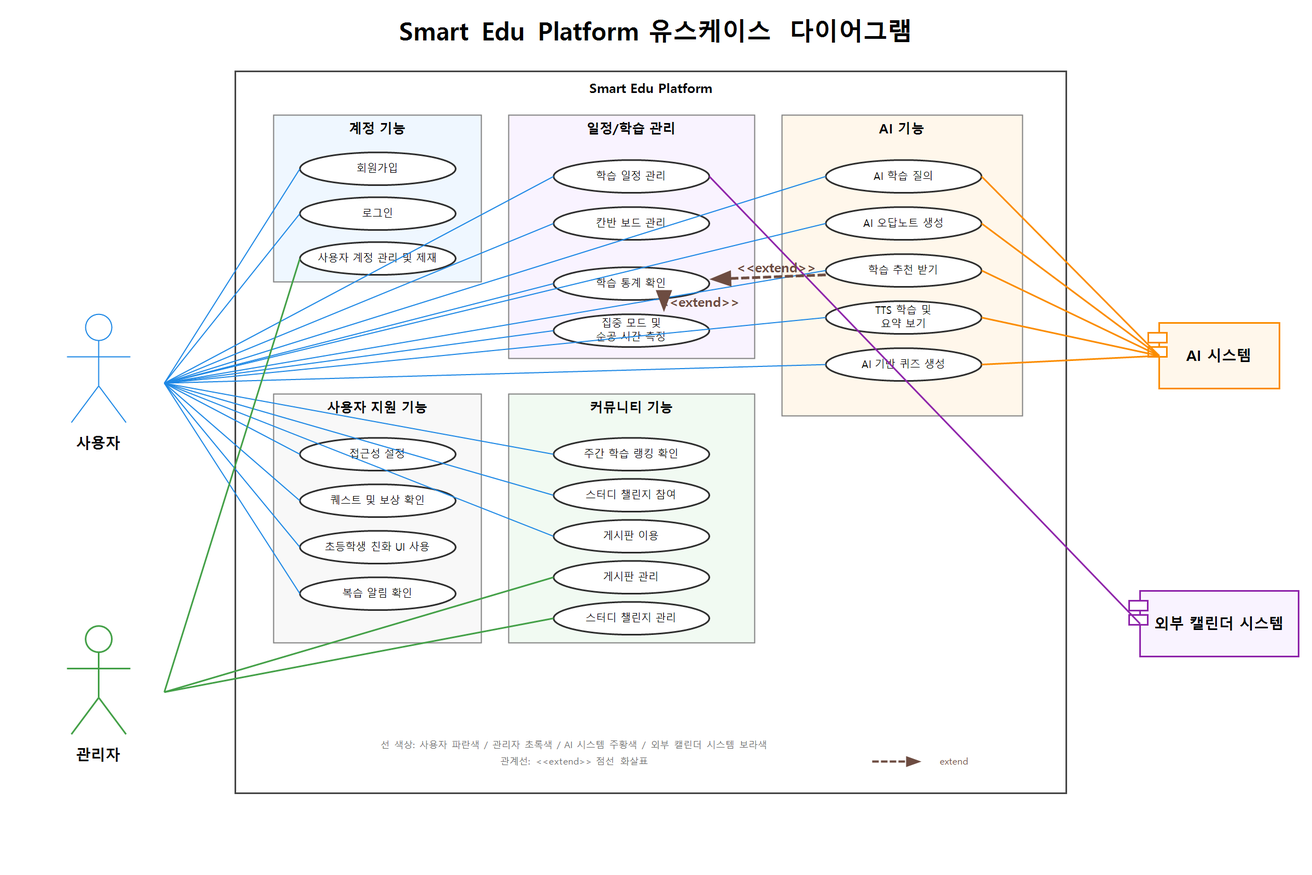
Before: screenshots/usecase-diagram.png, a diagram exported from PlantUML (jeongiryang/SoftwareEngineering_team15_project_-Smart-Edu-Platform). Its source is kept beside it as docs/requirements/usecase-diagram.puml.
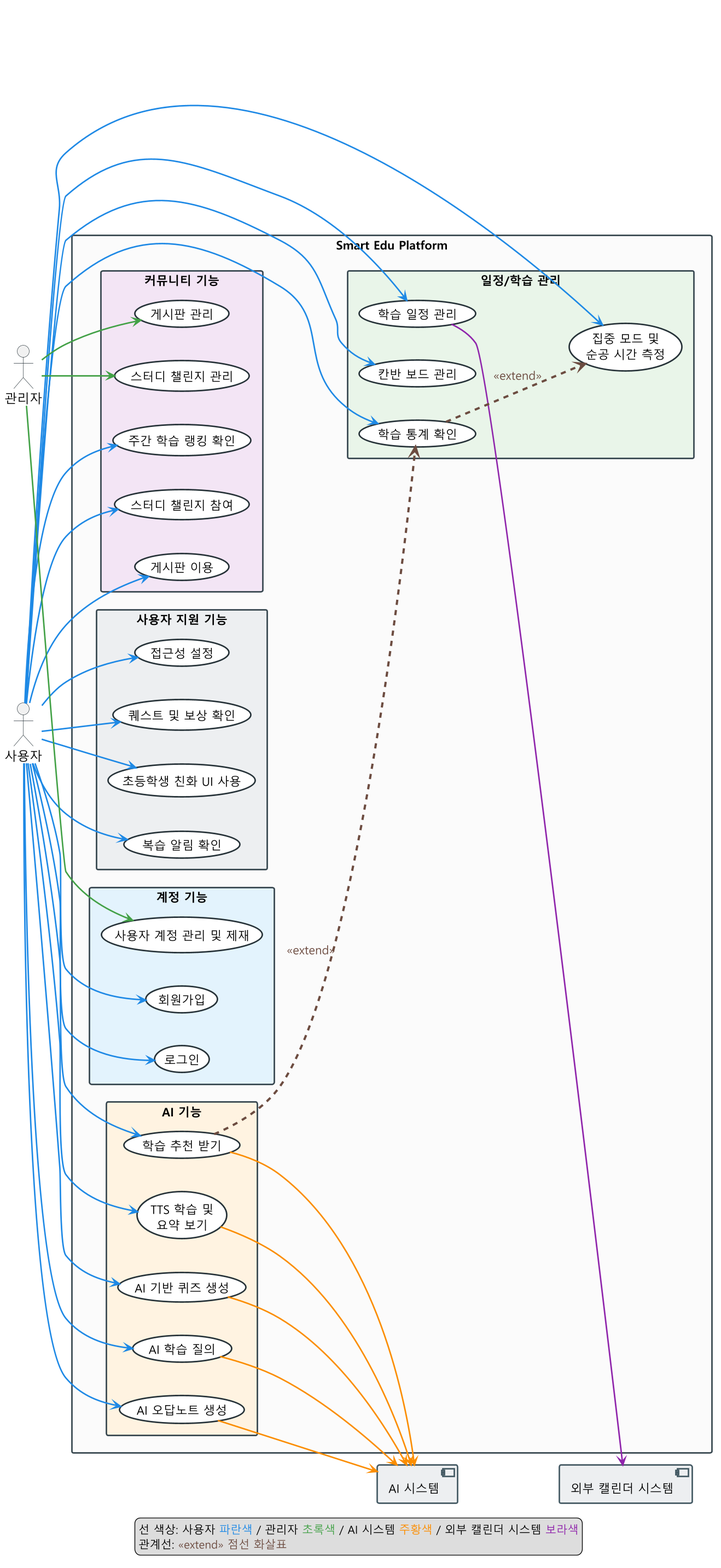
The same diagram one commit later.

The edit, as a diff of the source:
```diff
@@ -2,36 +2,66 @@
 left to right direction
 skinparam shadowing false
 skinparam packageStyle rectangle
+skinparam dpi 130
+skinparam defaultFontName Malgun Gothic
+skinparam defaultFontSize 16
+skinparam ArrowThickness 2
+skinparam nodesep 45
+skinparam ranksep 45
 skinparam usecase {
   BackgroundColor #FFFFFF
-  BorderColor #333333
+  BorderColor #263238
+  BorderThickness 2
   FontName Malgun Gothic
+  FontSize 16
 }
 skinparam actor {
   FontName Malgun Gothic
+  FontSize 17
+  BorderColor #263238
 }
 skinparam component {
   FontName Malgun Gothic
+  FontSize 16
+  BorderColor #455A64
+  BackgroundColor #ECEFF1
+  BorderThickness 2
+}
+skinparam package {
+  FontName Malgun Gothic
+  FontSize 18
+  FontStyle bold
+  BorderThickness 2
+  BorderColor #607D8B
+}
+skinparam rectangle {
+  BorderThickness 2
+  BorderColor #37474F
+  BackgroundColor #FAFAFA
+}
+skinparam legend {
+  FontName Malgun Gothic
+  FontSize 15
 }
 
 actor "사용자" as User
 actor "관리자" as Admin
 
 rectangle "Smart Edu Platform" {
-  package "계정 기능" {
+  package "계정 기능" #E3F2FD {
     usecase "회원가입" as UC01
     usecase "로그인" as UC02
     usecase "사용자 계정 관리 및 제재" as UC20
   }
 
-  package "일정/학습 관리" {
+  package "일정/학습 관리" #E8F5E9 {
     usecase "학습 일정 관리" as UC03
     usecase "칸반 보드 관리" as UC04
     usecase "학습 통계 확인" as UC11
     usecase "집중 모드 및\n순공 시간 측정" as UC12
   }
 
-  package "AI 기능" {
+  package "AI 기능" #FFF3E0 {
     usecase "AI 학습 질의" as UC05
     usecase "AI 오답노트 생성" as UC06
     usecase "학습 추천 받기" as UC07
@@ -39,7 +69,7 @@
     usecase "AI 기반 퀴즈 생성" as UC19
   }
 
-  package "커뮤니티 기능" {
+  package "커뮤니티 기능" #F3E5F5 {
     usecase "주간 학습 랭킹 확인" as UC08
     usecase "스터디 챌린지 참여" as UC09
     usecase "게시판 이용" as UC10
@@ -47,7 +77,7 @@
     usecase "스터디 챌린지 관리" as UC21
   }
 
-  package "사용자 지원 기능" {
+  package "사용자 지원 기능" #ECEFF1 {
     usecase "접근성 설정" as UC14
     usecase "퀘스트 및 보상 확인" as UC15
     usecase "초등학생 친화 UI 사용" as UC16
```
